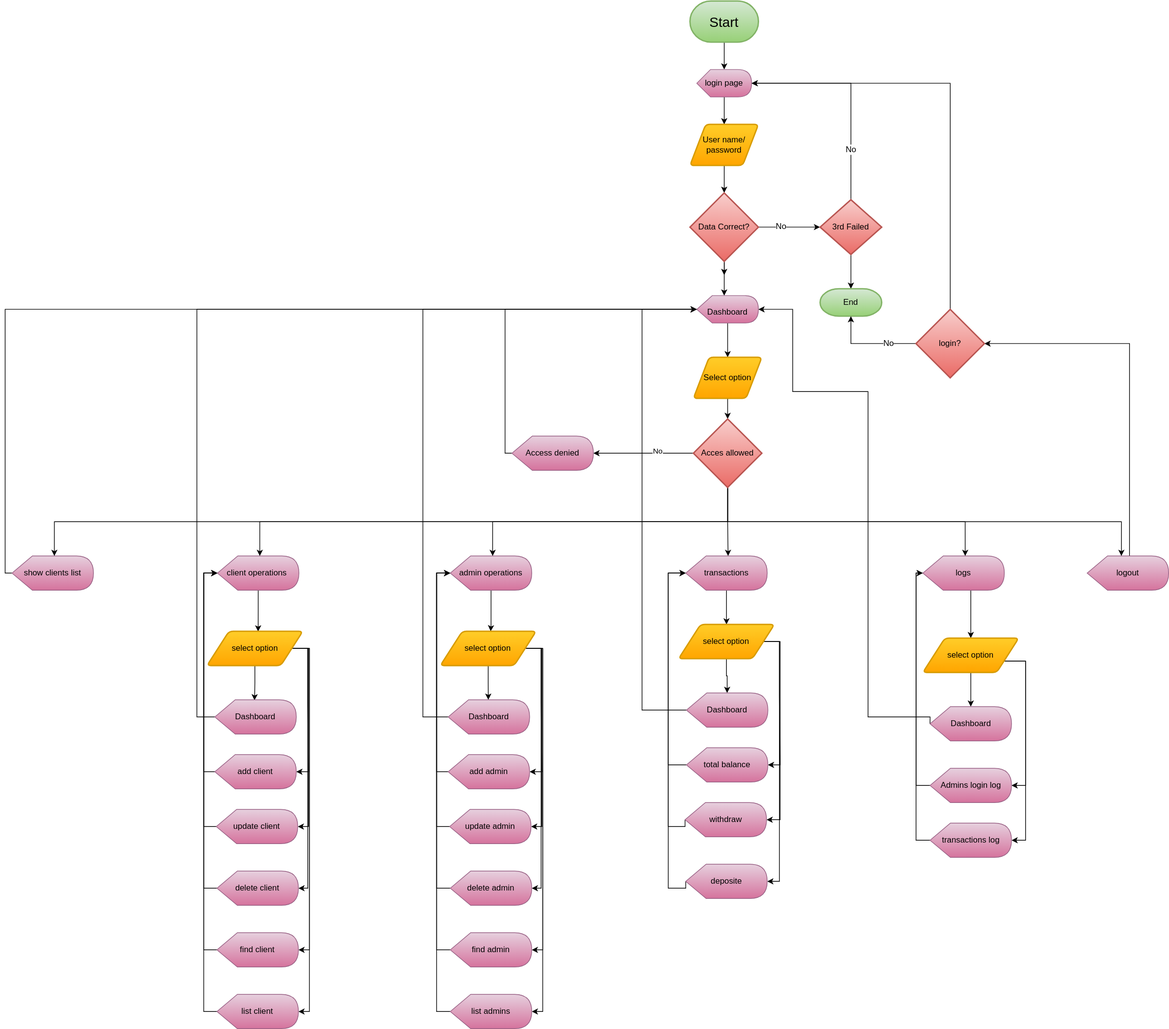
KareemSolimanDev/OOBS-Object_Oriented_Bank_System keeps this draw.io diagram as doc/2-Design/flowcharts/BankApp_ScreensFlowchart.drawio.svg. Above is the earlier version. Source tidied: cells renumbered, new cells last; positions are measured from the earlier drawing's top-left corner, leaving out a move shared by most shapes.
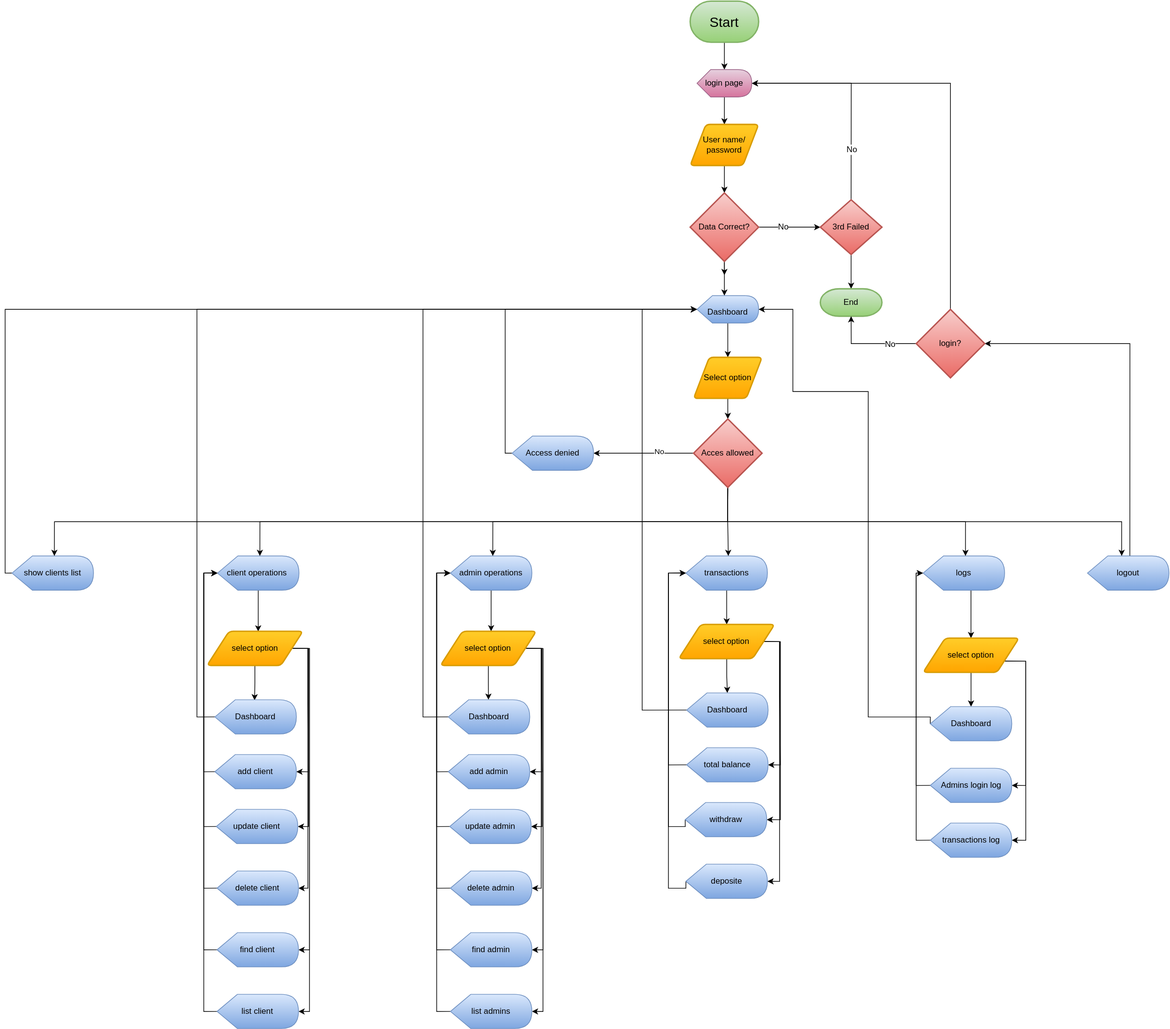
Later version of the same file.

Diff of the diagram source:
```diff
@@ -56,3 +56,3 @@
     </mxCell>
-    <mxCell id="18" value="&lt;span style=&quot;font-size: 12px;&quot;&gt;Dashboard&lt;br&gt;&lt;/span&gt;" style="shape=display;whiteSpace=wrap;html=1;fillColor=#e6d0de;gradientColor=#d5739d;strokeColor=#996185;fontFamily=Helvetica;fontSize=20;" parent="1" vertex="1">
+    <mxCell id="18" value="&lt;span style=&quot;font-size: 12px;&quot;&gt;Dashboard&lt;br&gt;&lt;/span&gt;" style="shape=display;whiteSpace=wrap;html=1;fillColor=#dae8fc;gradientColor=#7ea6e0;strokeColor=#6c8ebf;fontFamily=Helvetica;fontSize=20;" parent="1" vertex="1">
       <mxGeometry x="1000" y="430" width="90" height="40" as="geometry" />
@@ -65,3 +65,3 @@
     </mxCell>
-    <mxCell id="21" value="show clients list" style="shape=display;whiteSpace=wrap;html=1;fillColor=#e6d0de;gradientColor=#d5739d;strokeColor=#996185;fontSize=12;" parent="1" vertex="1">
+    <mxCell id="21" value="show clients list" style="shape=display;whiteSpace=wrap;html=1;fillColor=#dae8fc;gradientColor=#7ea6e0;strokeColor=#6c8ebf;fontSize=12;" parent="1" vertex="1">
       <mxGeometry y="810" width="119" height="50" as="geometry" />
@@ -71,3 +71,3 @@
     </mxCell>
-    <mxCell id="23" value="client operations&lt;span style=&quot;color: rgba(0, 0, 0, 0); font-family: monospace; font-size: 0px; text-align: start;&quot;&gt;%3CmxGraphModel%3E%3Croot%3E%3CmxCell%20id%3D%220%22%2F%3E%3CmxCell%20id%3D%221%22%20parent%3D%220%22%2F%3E%3CmxCell%20id%3D%222%22%20value%3D%22show%20clients%20list%22%20style%3D%22shape%3Ddisplay%3BwhiteSpace%3Dwrap%3Bhtml%3D1%3BfillColor%3D%23e6d0de%3BgradientColor%3D%23d5739d%3BstrokeColor%3D%23996185%3BfontSize%3D12%3B%22%20vertex%3D%221%22%20parent%3D%221%22%3E%3CmxGeometry%20x%3D%22-870%22%20y%3D%22-40%22%20width%3D%22120%22%20height%3D%2250%22%20as%3D%22geometry%22%2F%3E%3C%2FmxCell%3E%3C%2Froot%3E%3C%2FmxGraphModel%3E&lt;/span&gt;" style="shape=display;whiteSpace=wrap;html=1;fillColor=#e6d0de;gradientColor=#d5739d;strokeColor=#996185;fontSize=12;" parent="1" vertex="1">
+    <mxCell id="23" value="client operations&lt;span style=&quot;color: rgba(0, 0, 0, 0); font-family: monospace; font-size: 0px; text-align: start;&quot;&gt;%3CmxGraphModel%3E%3Croot%3E%3CmxCell%20id%3D%220%22%2F%3E%3CmxCell%20id%3D%221%22%20parent%3D%220%22%2F%3E%3CmxCell%20id%3D%222%22%20value%3D%22show%20clients%20list%22%20style%3D%22shape%3Ddisplay%3BwhiteSpace%3Dwrap%3Bhtml%3D1%3BfillColor%3D%23e6d0de%3BgradientColor%3D%23d5739d%3BstrokeColor%3D%23996185%3BfontSize%3D12%3B%22%20vertex%3D%221%22%20parent%3D%221%22%3E%3CmxGeometry%20x%3D%22-870%22%20y%3D%22-40%22%20width%3D%22120%22%20height%3D%2250%22%20as%3D%22geometry%22%2F%3E%3C%2FmxCell%3E%3C%2Froot%3E%3C%2FmxGraphModel%3E&lt;/span&gt;" style="shape=display;whiteSpace=wrap;html=1;fillColor=#dae8fc;gradientColor=#7ea6e0;strokeColor=#6c8ebf;fontSize=12;" parent="1" vertex="1">
       <mxGeometry x="300" y="810" width="119" height="50" as="geometry" />
@@ -82,3 +82,3 @@
     </mxCell>
-    <mxCell id="25" value="admin operations" style="shape=display;whiteSpace=wrap;html=1;fillColor=#e6d0de;gradientColor=#d5739d;strokeColor=#996185;fontSize=12;" parent="1" vertex="1">
+    <mxCell id="25" value="admin operations" style="shape=display;whiteSpace=wrap;html=1;fillColor=#dae8fc;gradientColor=#7ea6e0;strokeColor=#6c8ebf;fontSize=12;" parent="1" vertex="1">
       <mxGeometry x="640" y="810" width="119" height="50" as="geometry" />
@@ -93,3 +93,3 @@
     </mxCell>
-    <mxCell id="27" value="logs" style="shape=display;whiteSpace=wrap;html=1;fillColor=#e6d0de;gradientColor=#d5739d;strokeColor=#996185;fontSize=12;" parent="1" vertex="1">
+    <mxCell id="27" value="logs" style="shape=display;whiteSpace=wrap;html=1;fillColor=#dae8fc;gradientColor=#7ea6e0;strokeColor=#6c8ebf;fontSize=12;" parent="1" vertex="1">
       <mxGeometry x="1330.1" y="810" width="119" height="50" as="geometry" />
@@ -99,3 +99,3 @@
     </mxCell>
-    <mxCell id="29" value="transactions" style="shape=display;whiteSpace=wrap;html=1;fillColor=#e6d0de;gradientColor=#d5739d;strokeColor=#996185;fontSize=12;" parent="1" vertex="1">
+    <mxCell id="29" value="transactions" style="shape=display;whiteSpace=wrap;html=1;fillColor=#dae8fc;gradientColor=#7ea6e0;strokeColor=#6c8ebf;fontSize=12;" parent="1" vertex="1">
       <mxGeometry x="983.8" y="810" width="119" height="50" as="geometry" />
@@ -105,3 +105,3 @@
     </mxCell>
-    <mxCell id="31" value="logout" style="shape=display;whiteSpace=wrap;html=1;fillColor=#e6d0de;gradientColor=#d5739d;strokeColor=#996185;fontSize=12;" parent="1" vertex="1">
+    <mxCell id="31" value="logout" style="shape=display;whiteSpace=wrap;html=1;fillColor=#dae8fc;gradientColor=#7ea6e0;strokeColor=#6c8ebf;fontSize=12;" parent="1" vertex="1">
       <mxGeometry x="1570" y="810" width="119" height="50" as="geometry" />
@@ -147,3 +147,3 @@
     </mxCell>
-    <mxCell id="41" value="transactions log" style="shape=display;whiteSpace=wrap;html=1;fillColor=#e6d0de;gradientColor=#d5739d;strokeColor=#996185;fontSize=12;" parent="1" vertex="1">
+    <mxCell id="41" value="transactions log" style="shape=display;whiteSpace=wrap;html=1;fillColor=#dae8fc;gradientColor=#7ea6e0;strokeColor=#6c8ebf;fontSize=12;" parent="1" vertex="1">
       <mxGeometry x="1340.6" y="1200" width="119" height="50" as="geometry" />
@@ -153,3 +153,3 @@
     </mxCell>
-    <mxCell id="43" value="Admins login log" style="shape=display;whiteSpace=wrap;html=1;fillColor=#e6d0de;gradientColor=#d5739d;strokeColor=#996185;fontSize=12;" parent="1" vertex="1">
+    <mxCell id="43" value="Admins login log" style="shape=display;whiteSpace=wrap;html=1;fillColor=#dae8fc;gradientColor=#7ea6e0;strokeColor=#6c8ebf;fontSize=12;" parent="1" vertex="1">
       <mxGeometry x="1340.6" y="1120" width="119" height="50" as="geometry" />
@@ -195,3 +195,3 @@
     </mxCell>
-    <mxCell id="50" value="total balance" style="shape=display;whiteSpace=wrap;html=1;fillColor=#e6d0de;gradientColor=#d5739d;strokeColor=#996185;fontSize=12;" parent="1" vertex="1">
+    <mxCell id="50" value="total balance" style="shape=display;whiteSpace=wrap;html=1;fillColor=#dae8fc;gradientColor=#7ea6e0;strokeColor=#6c8ebf;fontSize=12;" parent="1" vertex="1">
       <mxGeometry x="984.8" y="1090" width="119" height="50" as="geometry" />
@@ -206,3 +206,3 @@
     </mxCell>
-    <mxCell id="52" value="Dashboard" style="shape=display;whiteSpace=wrap;html=1;fillColor=#e6d0de;gradientColor=#d5739d;strokeColor=#996185;fontSize=12;" parent="1" vertex="1">
+    <mxCell id="52" value="Dashboard" style="shape=display;whiteSpace=wrap;html=1;fillColor=#dae8fc;gradientColor=#7ea6e0;strokeColor=#6c8ebf;fontSize=12;" parent="1" vertex="1">
       <mxGeometry x="984.8" y="1010" width="119" height="50" as="geometry" />
@@ -217,3 +217,3 @@
     </mxCell>
-    <mxCell id="54" value="deposite" style="shape=display;whiteSpace=wrap;html=1;fillColor=#e6d0de;gradientColor=#d5739d;strokeColor=#996185;fontSize=12;" parent="1" vertex="1">
+    <mxCell id="54" value="deposite" style="shape=display;whiteSpace=wrap;html=1;fillColor=#dae8fc;gradientColor=#7ea6e0;strokeColor=#6c8ebf;fontSize=12;" parent="1" vertex="1">
       <mxGeometry x="983.8" y="1260" width="119" height="50" as="geometry" />
@@ -228,3 +228,3 @@
     </mxCell>
-    <mxCell id="56" value="withdraw" style="shape=display;whiteSpace=wrap;html=1;fillColor=#e6d0de;gradientColor=#d5739d;strokeColor=#996185;fontSize=12;" parent="1" vertex="1">
+    <mxCell id="56" value="withdraw" style="shape=display;whiteSpace=wrap;html=1;fillColor=#dae8fc;gradientColor=#7ea6e0;strokeColor=#6c8ebf;fontSize=12;" parent="1" vertex="1">
       <mxGeometry x="982.8" y="1170" width="119" height="50" as="geometry" />
@@ -241,3 +241,3 @@
     </mxCell>
-    <mxCell id="58" value="Dashboard" style="shape=display;whiteSpace=wrap;html=1;fillColor=#e6d0de;gradientColor=#d5739d;strokeColor=#996185;fontSize=12;" parent="1" vertex="1">
+    <mxCell id="58" value="Dashboard" style="shape=display;whiteSpace=wrap;html=1;fillColor=#dae8fc;gradientColor=#7ea6e0;strokeColor=#6c8ebf;fontSize=12;" parent="1" vertex="1">
       <mxGeometry x="1340.6" y="1030" width="119" height="50" as="geometry" />
@@ -280,3 +280,3 @@
     </mxCell>
-    <mxCell id="71" value="Access denied" style="shape=display;whiteSpace=wrap;html=1;fillColor=#e6d0de;gradientColor=#d5739d;strokeColor=#996185;fontSize=12;" parent="1" vertex="1">
+    <mxCell id="71" value="Access denied" style="shape=display;whiteSpace=wrap;html=1;fillColor=#dae8fc;gradientColor=#7ea6e0;strokeColor=#6c8ebf;fontSize=12;" parent="1" vertex="1">
       <mxGeometry x="730" y="635" width="119" height="50" as="geometry" />
@@ -338,3 +338,3 @@
     </mxCell>
-    <mxCell id="80" value="add admin" style="shape=display;whiteSpace=wrap;html=1;fillColor=#e6d0de;gradientColor=#d5739d;strokeColor=#996185;fontSize=12;" parent="1" vertex="1">
+    <mxCell id="80" value="add admin" style="shape=display;whiteSpace=wrap;html=1;fillColor=#dae8fc;gradientColor=#7ea6e0;strokeColor=#6c8ebf;fontSize=12;" parent="1" vertex="1">
       <mxGeometry x="636.9" y="1100" width="119" height="50" as="geometry" />
@@ -349,3 +349,3 @@
     </mxCell>
-    <mxCell id="82" value="Dashboard" style="shape=display;whiteSpace=wrap;html=1;fillColor=#e6d0de;gradientColor=#d5739d;strokeColor=#996185;fontSize=12;" parent="1" vertex="1">
+    <mxCell id="82" value="Dashboard" style="shape=display;whiteSpace=wrap;html=1;fillColor=#dae8fc;gradientColor=#7ea6e0;strokeColor=#6c8ebf;fontSize=12;" parent="1" vertex="1">
       <mxGeometry x="636.9" y="1020" width="119" height="50" as="geometry" />
@@ -360,3 +360,3 @@
     </mxCell>
-    <mxCell id="84" value="delete admin" style="shape=display;whiteSpace=wrap;html=1;fillColor=#e6d0de;gradientColor=#d5739d;strokeColor=#996185;fontSize=12;" parent="1" vertex="1">
+    <mxCell id="84" value="delete admin" style="shape=display;whiteSpace=wrap;html=1;fillColor=#dae8fc;gradientColor=#7ea6e0;strokeColor=#6c8ebf;fontSize=12;" parent="1" vertex="1">
       <mxGeometry x="640" y="1270" width="119" height="50" as="geometry" />
@@ -371,3 +371,3 @@
     </mxCell>
-    <mxCell id="86" value="update admin" style="shape=display;whiteSpace=wrap;html=1;fillColor=#e6d0de;gradientColor=#d5739d;strokeColor=#996185;fontSize=12;" parent="1" vertex="1">
+    <mxCell id="86" value="update admin" style="shape=display;whiteSpace=wrap;html=1;fillColor=#dae8fc;gradientColor=#7ea6e0;strokeColor=#6c8ebf;fontSize=12;" parent="1" vertex="1">
       <mxGeometry x="639" y="1180" width="119" height="50" as="geometry" />
@@ -382,3 +382,3 @@
     </mxCell>
-    <mxCell id="88" value="find admin" style="shape=display;whiteSpace=wrap;html=1;fillColor=#e6d0de;gradientColor=#d5739d;strokeColor=#996185;fontSize=12;" parent="1" vertex="1">
+    <mxCell id="88" value="find admin" style="shape=display;whiteSpace=wrap;html=1;fillColor=#dae8fc;gradientColor=#7ea6e0;strokeColor=#6c8ebf;fontSize=12;" parent="1" vertex="1">
       <mxGeometry x="640" y="1360" width="119" height="50" as="geometry" />
@@ -393,3 +393,3 @@
     </mxCell>
-    <mxCell id="90" value="list&amp;nbsp;admins" style="shape=display;whiteSpace=wrap;html=1;fillColor=#e6d0de;gradientColor=#d5739d;strokeColor=#996185;fontSize=12;" parent="1" vertex="1">
+    <mxCell id="90" value="list&amp;nbsp;admins" style="shape=display;whiteSpace=wrap;html=1;fillColor=#dae8fc;gradientColor=#7ea6e0;strokeColor=#6c8ebf;fontSize=12;" parent="1" vertex="1">
       <mxGeometry x="640" y="1450" width="119" height="50" as="geometry" />
@@ -451,3 +451,3 @@
     </mxCell>
-    <mxCell id="99" value="add client" style="shape=display;whiteSpace=wrap;html=1;fillColor=#e6d0de;gradientColor=#d5739d;strokeColor=#996185;fontSize=12;" parent="1" vertex="1">
+    <mxCell id="99" value="add client" style="shape=display;whiteSpace=wrap;html=1;fillColor=#dae8fc;gradientColor=#7ea6e0;strokeColor=#6c8ebf;fontSize=12;" parent="1" vertex="1">
       <mxGeometry x="296.2" y="1100" width="119" height="50" as="geometry" />
@@ -462,3 +462,3 @@
     </mxCell>
-    <mxCell id="101" value="Dashboard" style="shape=display;whiteSpace=wrap;html=1;fillColor=#e6d0de;gradientColor=#d5739d;strokeColor=#996185;fontSize=12;" parent="1" vertex="1">
+    <mxCell id="101" value="Dashboard" style="shape=display;whiteSpace=wrap;html=1;fillColor=#dae8fc;gradientColor=#7ea6e0;strokeColor=#6c8ebf;fontSize=12;" parent="1" vertex="1">
       <mxGeometry x="296.2" y="1020" width="119" height="50" as="geometry" />
@@ -473,3 +473,3 @@
     </mxCell>
-    <mxCell id="103" value="delete client" style="shape=display;whiteSpace=wrap;html=1;fillColor=#e6d0de;gradientColor=#d5739d;strokeColor=#996185;fontSize=12;" parent="1" vertex="1">
+    <mxCell id="103" value="delete client" style="shape=display;whiteSpace=wrap;html=1;fillColor=#dae8fc;gradientColor=#7ea6e0;strokeColor=#6c8ebf;fontSize=12;" parent="1" vertex="1">
       <mxGeometry x="299.3" y="1270" width="119" height="50" as="geometry" />
@@ -484,3 +484,3 @@
     </mxCell>
-    <mxCell id="105" value="update client" style="shape=display;whiteSpace=wrap;html=1;fillColor=#e6d0de;gradientColor=#d5739d;strokeColor=#996185;fontSize=12;" parent="1" vertex="1">
+    <mxCell id="105" value="update client" style="shape=display;whiteSpace=wrap;html=1;fillColor=#dae8fc;gradientColor=#7ea6e0;strokeColor=#6c8ebf;fontSize=12;" parent="1" vertex="1">
       <mxGeometry x="298.3" y="1180" width="119" height="50" as="geometry" />
@@ -495,3 +495,3 @@
     </mxCell>
-    <mxCell id="107" value="find client" style="shape=display;whiteSpace=wrap;html=1;fillColor=#e6d0de;gradientColor=#d5739d;strokeColor=#996185;fontSize=12;" parent="1" vertex="1">
+    <mxCell id="107" value="find client" style="shape=display;whiteSpace=wrap;html=1;fillColor=#dae8fc;gradientColor=#7ea6e0;strokeColor=#6c8ebf;fontSize=12;" parent="1" vertex="1">
       <mxGeometry x="299.3" y="1360" width="119" height="50" as="geometry" />
@@ -506,3 +506,3 @@
     </mxCell>
-    <mxCell id="109" value="list&amp;nbsp;client" style="shape=display;whiteSpace=wrap;html=1;fillColor=#e6d0de;gradientColor=#d5739d;strokeColor=#996185;fontSize=12;" parent="1" vertex="1">
+    <mxCell id="109" value="list&amp;nbsp;client" style="shape=display;whiteSpace=wrap;html=1;fillColor=#dae8fc;gradientColor=#7ea6e0;strokeColor=#6c8ebf;fontSize=12;" parent="1" vertex="1">
       <mxGeometry x="299.3" y="1450" width="119" height="50" as="geometry" />
```
